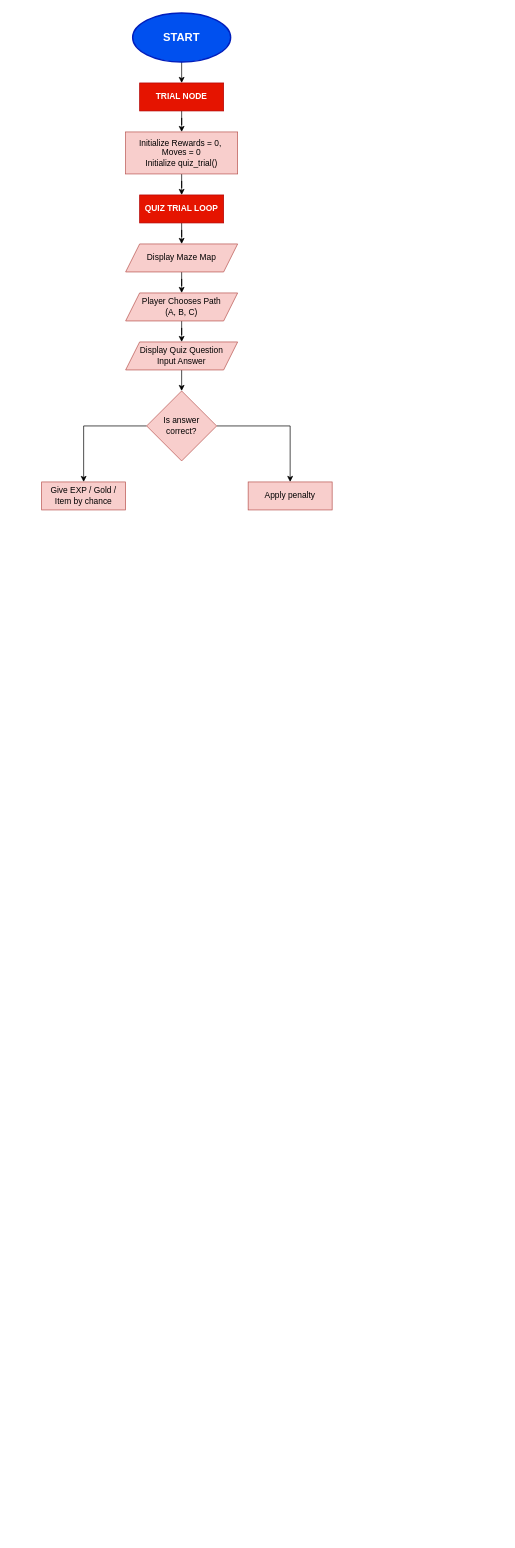
Earlier version of the draw.io diagram Random Projects/Project Proposal/Quiz Trial.drawio (alstroemeriart/reverie). Source tidied: cells renumbered, new cells numbered last; positions are measured from the earlier drawing's top-left corner, leaving out a move shared by most shapes. Both pictures are drawn from the tidied source at 70%, with x=0, y=0 at pixel (41, 13).
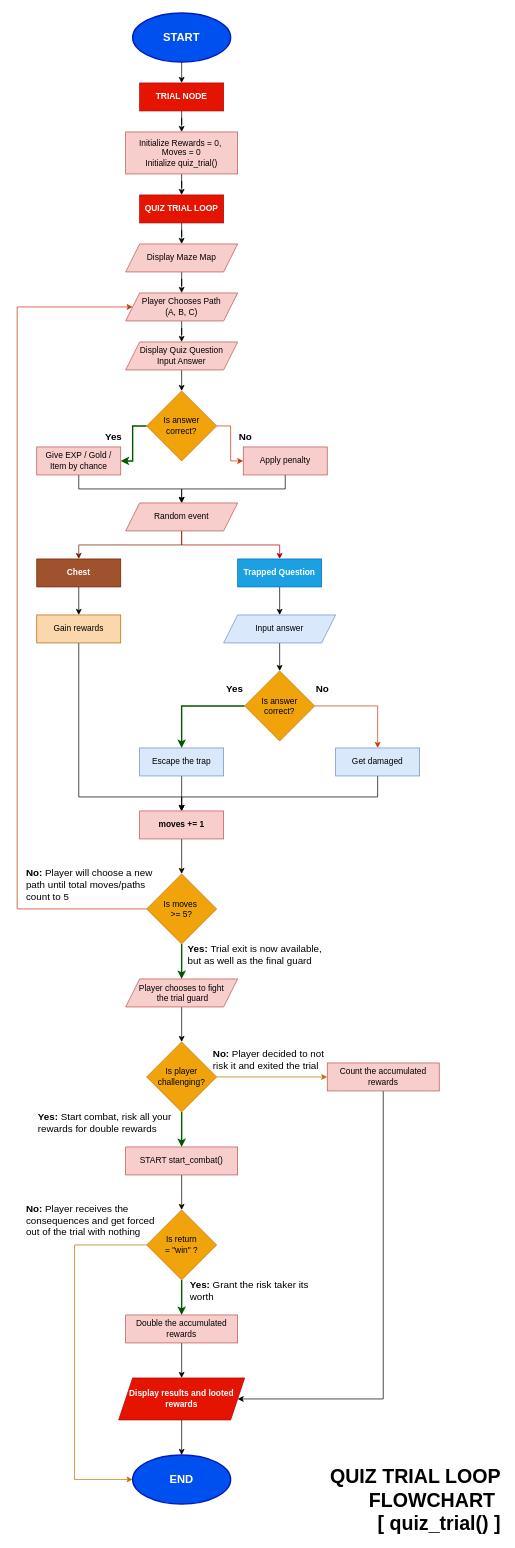
The same page after the edit.

Unchanged cells that the change refers to:
```xml
<mxCell id="13" value="&lt;span style=&quot;font-weight: normal;&quot;&gt;Player Chooses Path&lt;/span&gt;&lt;div&gt;&lt;span style=&quot;font-weight: normal;&quot;&gt;(A, B, C)&lt;/span&gt;&lt;/div&gt;" style="shape=parallelogram;perimeter=parallelogramPerimeter;whiteSpace=wrap;html=1;fixedSize=1;fillColor=#f8cecc;strokeColor=#b85450;rounded=0;fontStyle=1;labelBackgroundColor=none;rotation=0;" parent="1" vertex="1">
  <mxGeometry x="120" y="400" width="160" height="40" as="geometry" />
</mxCell>
```

What changed in the source:
```diff
@@
-    <mxCell id="16" style="edgeStyle=orthogonalEdgeStyle;rounded=0;jettySize=auto;html=1;" parent="1" edge="1" source="18" target="19">
+    <mxCell id="16" style="edgeStyle=orthogonalEdgeStyle;rounded=0;jettySize=auto;html=1;fillColor=#008a00;strokeColor=#005700;strokeWidth=2;" parent="1" edge="1" source="18" target="19">
       <mxGeometry relative="1" as="geometry" />
     </mxCell>
-    <mxCell id="17" style="edgeStyle=orthogonalEdgeStyle;rounded=0;jettySize=auto;html=1;" parent="1" edge="1" source="18" target="20">
-      <mxGeometry relative="1" as="geometry" />
+    <mxCell id="17" style="edgeStyle=orthogonalEdgeStyle;rounded=0;jettySize=auto;html=1;fillColor=#fa6800;strokeColor=#C73500;" parent="1" edge="1" source="18" target="20">
+      <mxGeometry relative="1" as="geometry">
+        <Array as="points">
+          <mxPoint x="270" y="590" />
+          <mxPoint x="270" y="640" />
+        </Array>
+      </mxGeometry>
     </mxCell>
-    <mxCell id="18" value="&lt;span style=&quot;font-weight: normal;&quot;&gt;Is answer correct?&lt;/span&gt;" style="rhombus;whiteSpace=wrap;html=1;fillColor=#f8cecc;strokeColor=#b85450;rounded=0;fontStyle=1;labelBackgroundColor=none;rotation=0;" parent="1" vertex="1">
+    <mxCell id="18" value="&lt;span style=&quot;font-weight: normal;&quot;&gt;Is answer correct?&lt;/span&gt;" style="rhombus;whiteSpace=wrap;html=1;fillColor=#f0a30a;strokeColor=#BD7000;rounded=0;fontStyle=1;labelBackgroundColor=none;rotation=0;fontColor=#000000;" parent="1" vertex="1">
       <mxGeometry x="150" y="540" width="100" height="100" as="geometry" />
     </mxCell>
+    <mxCell id="21" style="edgeStyle=orthogonalEdgeStyle;rounded=0;jettySize=auto;html=1;exitX=0.5;exitY=1;exitDx=0;exitDy=0;" parent="1" edge="1" source="19" target="25">
+      <mxGeometry relative="1" as="geometry" />
+    </mxCell>
     <mxCell id="19" value="&lt;span style=&quot;font-weight: 400;&quot;&gt;Give EXP / Gold / Item by chance&lt;/span&gt;" style="whiteSpace=wrap;html=1;fillColor=#f8cecc;strokeColor=#b85450;rounded=0;fontStyle=1;labelBackgroundColor=none;" parent="1" vertex="1">
-      <mxGeometry y="670" width="120" height="40" as="geometry" />
+      <mxGeometry x="-7" y="620" width="120" height="40" as="geometry" />
     </mxCell>
+    <mxCell id="22" style="edgeStyle=orthogonalEdgeStyle;rounded=0;jettySize=auto;html=1;exitX=0.5;exitY=1;exitDx=0;exitDy=0;entryX=0.5;entryY=0;entryDx=0;entryDy=0;" parent="1" edge="1" source="20" target="25">
+      <mxGeometry relative="1" as="geometry" />
+    </mxCell>
     <mxCell id="20" value="&lt;span style=&quot;font-weight: normal;&quot;&gt;Apply penalty&lt;/span&gt;" style="whiteSpace=wrap;html=1;fillColor=#f8cecc;strokeColor=#b85450;rounded=0;fontStyle=1;labelBackgroundColor=none;" parent="1" vertex="1">
-      <mxGeometry x="295" y="670" width="120" height="40" as="geometry" />
+      <mxGeometry x="288" y="620" width="120" height="40" as="geometry" />
     </mxCell>
+    <mxCell id="23" style="edgeStyle=orthogonalEdgeStyle;rounded=0;jettySize=auto;html=1;exitX=0.5;exitY=1;exitDx=0;exitDy=0;fillColor=#a0522d;strokeColor=#6D1F00;" parent="1" edge="1" source="25" target="27">
+      <mxGeometry relative="1" as="geometry" />
+    </mxCell>
+    <mxCell id="24" style="edgeStyle=orthogonalEdgeStyle;rounded=0;jettySize=auto;html=1;fillColor=#e51400;strokeColor=#B20000;" parent="1" edge="1" source="25" target="29">
+      <mxGeometry relative="1" as="geometry" />
+    </mxCell>
+    <mxCell id="25" value="&lt;span style=&quot;font-weight: normal;&quot;&gt;Random event&lt;/span&gt;" style="shape=parallelogram;perimeter=parallelogramPerimeter;whiteSpace=wrap;html=1;fixedSize=1;fillColor=#f8cecc;strokeColor=#b85450;rounded=0;fontStyle=1;labelBackgroundColor=none;rotation=0;" parent="1" vertex="1">
+      <mxGeometry x="120" y="700" width="160" height="40" as="geometry" />
+    </mxCell>
+    <mxCell id="26" style="edgeStyle=orthogonalEdgeStyle;rounded=0;jettySize=auto;html=1;" parent="1" edge="1" source="27" target="40">
+      <mxGeometry relative="1" as="geometry" />
+    </mxCell>
+    <mxCell id="27" value="Chest" style="whiteSpace=wrap;html=1;fillColor=#a0522d;strokeColor=#6D1F00;rounded=0;fontStyle=1;labelBackgroundColor=none;fontColor=#ffffff;" parent="1" vertex="1">
+      <mxGeometry x="-7" y="780" width="120" height="40" as="geometry" />
+    </mxCell>
+    <mxCell id="28" style="edgeStyle=orthogonalEdgeStyle;rounded=0;jettySize=auto;html=1;" parent="1" edge="1" source="29" target="31">
+      <mxGeometry relative="1" as="geometry" />
+    </mxCell>
+    <mxCell id="29" value="Trapped Question" style="whiteSpace=wrap;html=1;fillColor=#1ba1e2;strokeColor=#006EAF;rounded=0;fontStyle=1;labelBackgroundColor=none;fontColor=#ffffff;" parent="1" vertex="1">
+      <mxGeometry x="280" y="780" width="120" height="40" as="geometry" />
+    </mxCell>
+    <mxCell id="30" style="edgeStyle=orthogonalEdgeStyle;rounded=0;jettySize=auto;html=1;exitX=0.5;exitY=1;exitDx=0;exitDy=0;entryX=0.5;entryY=0;entryDx=0;entryDy=0;" parent="1" edge="1" source="31" target="34">
+      <mxGeometry relative="1" as="geometry" />
+    </mxCell>
+    <mxCell id="31" value="&lt;span style=&quot;font-weight: normal;&quot;&gt;Input answer&lt;/span&gt;" style="shape=parallelogram;perimeter=parallelogramPerimeter;whiteSpace=wrap;html=1;fixedSize=1;fillColor=#dae8fc;strokeColor=#6c8ebf;rounded=0;fontStyle=1;labelBackgroundColor=none;rotation=0;" parent="1" vertex="1">
+      <mxGeometry x="260" y="860" width="160" height="40" as="geometry" />
+    </mxCell>
+    <mxCell id="32" style="edgeStyle=orthogonalEdgeStyle;rounded=0;jettySize=auto;html=1;fillColor=#008a00;strokeColor=#005700;strokeWidth=2;" parent="1" edge="1" source="34" target="36">
+      <mxGeometry relative="1" as="geometry" />
+    </mxCell>
+    <mxCell id="33" style="edgeStyle=orthogonalEdgeStyle;rounded=0;jettySize=auto;html=1;fillColor=#fa6800;strokeColor=#C73500;" parent="1" edge="1" source="34" target="38">
+      <mxGeometry relative="1" as="geometry" />
+    </mxCell>
+    <mxCell id="34" value="&lt;span style=&quot;font-weight: normal;&quot;&gt;Is answer correct?&lt;/span&gt;" style="rhombus;whiteSpace=wrap;html=1;fillColor=#f0a30a;strokeColor=#BD7000;rounded=0;fontStyle=1;labelBackgroundColor=none;rotation=0;fontColor=#000000;" parent="1" vertex="1">
+      <mxGeometry x="290" y="940" width="100" height="100" as="geometry" />
+    </mxCell>
+    <mxCell id="35" style="edgeStyle=orthogonalEdgeStyle;rounded=0;jettySize=auto;html=1;exitX=0.5;exitY=1;exitDx=0;exitDy=0;entryX=0.5;entryY=0;entryDx=0;entryDy=0;" parent="1" edge="1" source="36" target="42">
+      <mxGeometry relative="1" as="geometry" />
+    </mxCell>
+    <mxCell id="36" value="&lt;span style=&quot;font-weight: normal;&quot;&gt;Escape the trap&lt;/span&gt;" style="whiteSpace=wrap;html=1;fillColor=#dae8fc;strokeColor=#6c8ebf;rounded=0;fontStyle=1;labelBackgroundColor=none;" parent="1" vertex="1">
+      <mxGeometry x="140" y="1050" width="120" height="40" as="geometry" />
+    </mxCell>
+    <mxCell id="37" style="edgeStyle=orthogonalEdgeStyle;rounded=0;jettySize=auto;html=1;exitX=0.5;exitY=1;exitDx=0;exitDy=0;entryX=0.5;entryY=0;entryDx=0;entryDy=0;" parent="1" edge="1" source="38" target="42">
+      <mxGeometry relative="1" as="geometry">
+        <Array as="points">
+          <mxPoint x="480" y="1120" />
+          <mxPoint x="200" y="1120" />
+        </Array>
+      </mxGeometry>
+    </mxCell>
+    <mxCell id="38" value="&lt;span style=&quot;font-weight: normal;&quot;&gt;Get damaged&lt;/span&gt;" style="whiteSpace=wrap;html=1;fillColor=#dae8fc;strokeColor=#6c8ebf;rounded=0;fontStyle=1;labelBackgroundColor=none;" parent="1" vertex="1">
+      <mxGeometry x="420" y="1050" width="120" height="40" as="geometry" />
+    </mxCell>
+    <mxCell id="39" style="edgeStyle=orthogonalEdgeStyle;rounded=0;jettySize=auto;html=1;entryX=0.5;entryY=0;entryDx=0;entryDy=0;" parent="1" edge="1" source="40" target="42">
+      <mxGeometry relative="1" as="geometry">
+        <Array as="points">
+          <mxPoint x="53" y="1120" />
+          <mxPoint x="200" y="1120" />
+        </Array>
+      </mxGeometry>
+    </mxCell>
+    <mxCell id="40" value="&lt;span style=&quot;font-weight: normal;&quot;&gt;Gain rewards&lt;/span&gt;" style="whiteSpace=wrap;html=1;fillColor=#fad7ac;strokeColor=#b46504;rounded=0;fontStyle=1;labelBackgroundColor=none;" parent="1" vertex="1">
+      <mxGeometry x="-7" y="860" width="120" height="40" as="geometry" />
+    </mxCell>
+    <mxCell id="41" style="edgeStyle=orthogonalEdgeStyle;rounded=0;jettySize=auto;html=1;" parent="1" edge="1" source="42" target="45">
+      <mxGeometry relative="1" as="geometry" />
+    </mxCell>
+    <mxCell id="42" value="moves += 1" style="whiteSpace=wrap;html=1;fillColor=#f8cecc;strokeColor=#b85450;rounded=0;fontStyle=1;labelBackgroundColor=none;" parent="1" vertex="1">
+      <mxGeometry x="140" y="1140" width="120" height="40" as="geometry" />
+    </mxCell>
+    <mxCell id="43" style="edgeStyle=orthogonalEdgeStyle;rounded=0;jettySize=auto;html=1;exitX=0;exitY=0.5;exitDx=0;exitDy=0;entryX=0;entryY=0.5;entryDx=0;entryDy=0;fillColor=#fa6800;strokeColor=#C73500;" parent="1" edge="1" source="45" target="13">
+      <mxGeometry relative="1" as="geometry">
+        <Array as="points">
+          <mxPoint x="-35" y="1280" />
+          <mxPoint x="-35" y="420" />
+        </Array>
+      </mxGeometry>
+    </mxCell>
+    <mxCell id="44" style="edgeStyle=orthogonalEdgeStyle;rounded=0;jettySize=auto;html=1;strokeWidth=2;fillColor=#008a00;strokeColor=#005700;" parent="1" edge="1" source="45" target="47">
+      <mxGeometry relative="1" as="geometry" />
+    </mxCell>
+    <mxCell id="45" value="Is moves&amp;nbsp;&lt;div&gt;&amp;gt;= 5?&lt;/div&gt;" style="rhombus;whiteSpace=wrap;html=1;fillColor=#f0a30a;strokeColor=#BD7000;rounded=0;fontStyle=0;labelBackgroundColor=none;rotation=0;align=center;verticalAlign=middle;fontFamily=Helvetica;fontSize=12;fontColor=#000000;" parent="1" vertex="1">
+      <mxGeometry x="150" y="1230" width="100" height="100" as="geometry" />
+    </mxCell>
+    <mxCell id="46" style="edgeStyle=orthogonalEdgeStyle;rounded=0;jettySize=auto;html=1;" parent="1" edge="1" source="47" target="50">
+      <mxGeometry relative="1" as="geometry" />
+    </mxCell>
+    <mxCell id="47" value="Player chooses to fight&lt;div&gt;&amp;nbsp;the trial guard&lt;/div&gt;" style="shape=parallelogram;perimeter=parallelogramPerimeter;whiteSpace=wrap;html=1;fixedSize=1;fillColor=#f8cecc;strokeColor=#b85450;rounded=0;fontStyle=0;labelBackgroundColor=none;rotation=0;" parent="1" vertex="1">
+      <mxGeometry x="120" y="1380" width="160" height="40" as="geometry" />
+    </mxCell>
+    <mxCell id="48" style="edgeStyle=orthogonalEdgeStyle;rounded=0;jettySize=auto;html=1;strokeWidth=2;fillColor=#008a00;strokeColor=#005700;" parent="1" edge="1" source="50" target="52">
+      <mxGeometry relative="1" as="geometry" />
+    </mxCell>
+    <mxCell id="49" style="edgeStyle=orthogonalEdgeStyle;rounded=0;jettySize=auto;html=1;exitX=1;exitY=0.5;exitDx=0;exitDy=0;entryX=0;entryY=0.5;entryDx=0;entryDy=0;fillColor=#f0a30a;strokeColor=#BD7000;" parent="1" edge="1" source="50" target="61">
+      <mxGeometry relative="1" as="geometry" />
+    </mxCell>
+    <mxCell id="50" value="Is player challenging?" style="rhombus;whiteSpace=wrap;html=1;fillColor=#f0a30a;strokeColor=#BD7000;rounded=0;fontStyle=0;labelBackgroundColor=none;rotation=0;align=center;verticalAlign=middle;fontFamily=Helvetica;fontSize=12;fontColor=#000000;" parent="1" vertex="1">
+      <mxGeometry x="150" y="1470" width="100" height="100" as="geometry" />
+    </mxCell>
+    <mxCell id="51" style="edgeStyle=orthogonalEdgeStyle;rounded=0;jettySize=auto;html=1;" parent="1" edge="1" source="52" target="55">
+      <mxGeometry relative="1" as="geometry" />
+    </mxCell>
+    <mxCell id="52" value="START start_combat()" style="whiteSpace=wrap;html=1;fillColor=#f8cecc;strokeColor=#b85450;rounded=0;fontStyle=0;labelBackgroundColor=none;rotation=0;" parent="1" vertex="1">
+      <mxGeometry x="120" y="1620" width="160" height="40" as="geometry" />
+    </mxCell>
+    <mxCell id="53" style="edgeStyle=orthogonalEdgeStyle;rounded=0;jettySize=auto;html=1;strokeWidth=2;fillColor=#008a00;strokeColor=#005700;" parent="1" edge="1" source="55" target="57">
+      <mxGeometry relative="1" as="geometry" />
+    </mxCell>
+    <mxCell id="54" style="edgeStyle=orthogonalEdgeStyle;rounded=0;jettySize=auto;html=1;exitX=0;exitY=0.5;exitDx=0;exitDy=0;entryX=0;entryY=0.5;entryDx=0;entryDy=0;fillColor=#f0a30a;strokeColor=#BD7000;" parent="1" edge="1" source="55" target="62">
+      <mxGeometry relative="1" as="geometry">
+        <Array as="points">
+          <mxPoint x="47" y="1760" />
+          <mxPoint x="47" y="2095" />
+        </Array>
+      </mxGeometry>
+    </mxCell>
+    <mxCell id="55" value="&lt;span style=&quot;font-weight: 400;&quot;&gt;Is return&lt;/span&gt;&lt;div&gt;&lt;span style=&quot;font-weight: 400;&quot;&gt;= &quot;win&quot; ?&lt;/span&gt;&lt;/div&gt;" style="rhombus;whiteSpace=wrap;html=1;fillColor=#f0a30a;strokeColor=#BD7000;rounded=0;fontStyle=1;labelBackgroundColor=none;align=center;verticalAlign=middle;fontFamily=Helvetica;fontSize=12;fontColor=#000000;rotation=0;" parent="1" vertex="1">
+      <mxGeometry x="150" y="1710" width="100" height="100" as="geometry" />
+    </mxCell>
+    <mxCell id="56" style="edgeStyle=orthogonalEdgeStyle;rounded=0;jettySize=auto;html=1;" parent="1" edge="1" source="57" target="59">
+      <mxGeometry relative="1" as="geometry" />
+    </mxCell>
+    <mxCell id="57" value="&lt;span style=&quot;font-weight: 400;&quot;&gt;Double the accumulated rewards&lt;/span&gt;" style="whiteSpace=wrap;html=1;fillColor=#f8cecc;strokeColor=#b85450;rounded=0;fontStyle=1;labelBackgroundColor=none;rotation=0;" parent="1" vertex="1">
+      <mxGeometry x="120" y="1860" width="160" height="40" as="geometry" />
+    </mxCell>
+    <mxCell id="58" style="edgeStyle=orthogonalEdgeStyle;rounded=0;jettySize=auto;html=1;exitX=0.5;exitY=1;exitDx=0;exitDy=0;entryX=0.5;entryY=0;entryDx=0;entryDy=0;" parent="1" edge="1" source="59" target="62">
+      <mxGeometry relative="1" as="geometry" />
+    </mxCell>
+    <mxCell id="59" value="Display results and looted rewards" style="shape=parallelogram;perimeter=parallelogramPerimeter;whiteSpace=wrap;html=1;fixedSize=1;fillColor=#e51400;strokeColor=#B20000;rounded=0;fontStyle=1;labelBackgroundColor=none;rotation=0;fontColor=#ffffff;" parent="1" vertex="1">
+      <mxGeometry x="110" y="1950" width="180" height="60" as="geometry" />
+    </mxCell>
+    <mxCell id="60" style="edgeStyle=orthogonalEdgeStyle;rounded=0;jettySize=auto;html=1;exitX=0.5;exitY=1;exitDx=0;exitDy=0;entryX=1;entryY=0.5;entryDx=0;entryDy=0;" parent="1" edge="1" source="61" target="59">
+      <mxGeometry relative="1" as="geometry">
+        <Array as="points">
+          <mxPoint x="488" y="1980" />
+        </Array>
+      </mxGeometry>
+    </mxCell>
+    <mxCell id="61" value="&lt;span style=&quot;font-weight: 400;&quot;&gt;Count the accumulated rewards&lt;/span&gt;" style="whiteSpace=wrap;html=1;fillColor=#f8cecc;strokeColor=#b85450;rounded=0;fontStyle=1;labelBackgroundColor=none;rotation=0;" parent="1" vertex="1">
+      <mxGeometry x="408" y="1500" width="160" height="40" as="geometry" />
+    </mxCell>
+    <mxCell id="62" value="END" style="ellipse;whiteSpace=wrap;html=1;labelBackgroundColor=none;fontStyle=1;fontSize=16;fontFamily=Helvetica;strokeWidth=2;fillColor=#0050ef;fontColor=#ffffff;strokeColor=#001DBC;" parent="1" vertex="1">
+      <mxGeometry x="130" y="2060" width="140" height="70" as="geometry" />
+    </mxCell>
+    <mxCell id="63" value="QUIZ TRIAL LOOP FLOWCHART&amp;nbsp;&lt;div&gt;[ quiz_trial() ]&lt;/div&gt;" style="text;html=1;whiteSpace=wrap;strokeColor=none;fillColor=none;align=right;verticalAlign=middle;rounded=0;fontSize=28;fontStyle=1;labelBackgroundColor=none;fontFamily=Helvetica;" parent="1" vertex="1">
+      <mxGeometry x="288" y="2100" width="370" height="50" as="geometry" />
+    </mxCell>
+    <mxCell id="64" value="No" style="text;html=1;whiteSpace=wrap;strokeColor=none;fillColor=none;align=left;verticalAlign=middle;rounded=0;labelBackgroundColor=none;fontStyle=1;fontSize=14;labelBorderColor=none;textShadow=0;fontFamily=Helvetica;" parent="1" vertex="1">
+      <mxGeometry x="280" y="590" width="130" height="30" as="geometry" />
+    </mxCell>
+    <mxCell id="65" value="Yes" style="text;html=1;whiteSpace=wrap;strokeColor=none;fillColor=none;align=right;verticalAlign=middle;rounded=0;labelBackgroundColor=none;fontStyle=1;fontSize=14;labelBorderColor=none;textShadow=0;fontFamily=Helvetica;" parent="1" vertex="1">
+      <mxGeometry x="-7" y="590" width="124" height="30" as="geometry" />
+    </mxCell>
+    <mxCell id="66" value="Yes" style="text;html=1;whiteSpace=wrap;strokeColor=none;fillColor=none;align=right;verticalAlign=middle;rounded=0;labelBackgroundColor=none;fontStyle=1;fontSize=14;labelBorderColor=none;textShadow=0;fontFamily=Helvetica;" parent="1" vertex="1">
+      <mxGeometry x="166" y="950" width="124" height="30" as="geometry" />
+    </mxCell>
+    <mxCell id="67" value="No" style="text;html=1;whiteSpace=wrap;strokeColor=none;fillColor=none;align=left;verticalAlign=middle;rounded=0;labelBackgroundColor=none;fontStyle=1;fontSize=14;labelBorderColor=none;textShadow=0;fontFamily=Helvetica;" parent="1" vertex="1">
+      <mxGeometry x="390" y="950" width="124" height="30" as="geometry" />
+    </mxCell>
+    <mxCell id="68" value="Yes:&lt;span style=&quot;font-weight: normal;&quot;&gt;&amp;nbsp;Trial exit is now available, but as well as the final guard&lt;/span&gt;" style="text;html=1;whiteSpace=wrap;strokeColor=none;fillColor=none;align=left;verticalAlign=middle;rounded=0;labelBackgroundColor=none;fontStyle=1;fontSize=14;labelBorderColor=none;textShadow=0;fontFamily=Helvetica;" parent="1" vertex="1">
+      <mxGeometry x="207" y="1330" width="210" height="30" as="geometry" />
+    </mxCell>
+    <mxCell id="69" value="No:&lt;span style=&quot;font-weight: normal;&quot;&gt;&amp;nbsp;Player will choose a new path until total moves/paths count to 5&lt;/span&gt;" style="text;html=1;whiteSpace=wrap;strokeColor=none;fillColor=none;align=left;verticalAlign=middle;rounded=0;labelBackgroundColor=none;fontStyle=1;fontSize=14;labelBorderColor=none;textShadow=0;fontFamily=Helvetica;" parent="1" vertex="1">
+      <mxGeometry x="-24" y="1230" width="190" height="30" as="geometry" />
+    </mxCell>
+    <mxCell id="70" value="Yes: &lt;span style=&quot;font-weight: normal;&quot;&gt;Start combat, risk all your rewards for double rewards&lt;/span&gt;" style="text;html=1;whiteSpace=wrap;strokeColor=none;fillColor=none;align=left;verticalAlign=middle;rounded=0;labelBackgroundColor=none;fontStyle=1;fontSize=14;labelBorderColor=none;textShadow=0;fontFamily=Helvetica;" parent="1" vertex="1">
+      <mxGeometry x="-7" y="1570" width="200" height="30" as="geometry" />
+    </mxCell>
+    <mxCell id="71" value="No:&lt;span style=&quot;font-weight: normal;&quot;&gt;&amp;nbsp;Player decided to not risk it and exited the trial&lt;/span&gt;" style="text;html=1;whiteSpace=wrap;strokeColor=none;fillColor=none;align=left;verticalAlign=middle;rounded=0;labelBackgroundColor=none;fontStyle=1;fontSize=14;labelBorderColor=none;textShadow=0;fontFamily=Helvetica;" parent="1" vertex="1">
+      <mxGeometry x="243" y="1480" width="167" height="30" as="geometry" />
+    </mxCell>
+    <mxCell id="72" value="Yes:&lt;span style=&quot;font-weight: normal;&quot;&gt;&amp;nbsp;Grant the risk taker its worth&lt;/span&gt;" style="text;html=1;whiteSpace=wrap;strokeColor=none;fillColor=none;align=left;verticalAlign=middle;rounded=0;labelBackgroundColor=none;fontStyle=1;fontSize=14;labelBorderColor=none;textShadow=0;fontFamily=Helvetica;" parent="1" vertex="1">
+      <mxGeometry x="210" y="1810" width="190" height="30" as="geometry" />
+    </mxCell>
+    <mxCell id="73" value="No:&lt;span style=&quot;font-weight: normal;&quot;&gt;&amp;nbsp;Player receives the consequences and get forced out of the trial with nothing&lt;/span&gt;" style="text;html=1;whiteSpace=wrap;strokeColor=none;fillColor=none;align=left;verticalAlign=middle;rounded=0;labelBackgroundColor=none;fontStyle=1;fontSize=14;labelBorderColor=none;textShadow=0;fontFamily=Helvetica;" parent="1" vertex="1">
+      <mxGeometry x="-24" y="1710" width="190" height="30" as="geometry" />
+    </mxCell>
```
